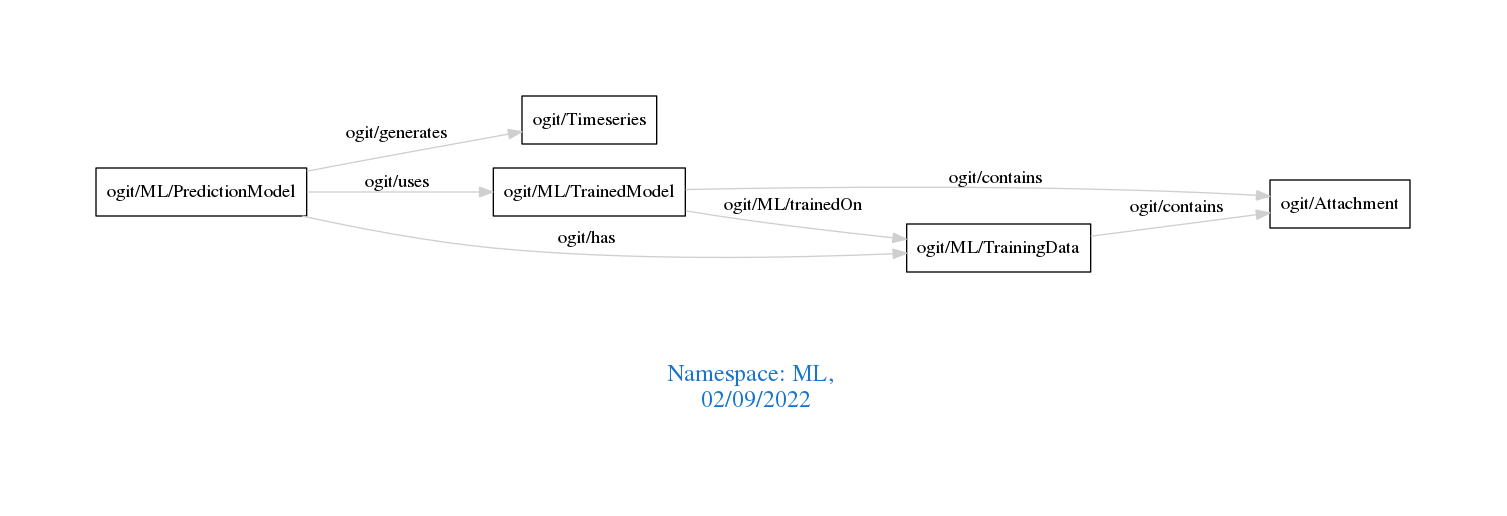
Above: downloads/ML.png in arago/OGIT (Graphviz), before the change. Its source is kept beside it as downloads/ML.dot.
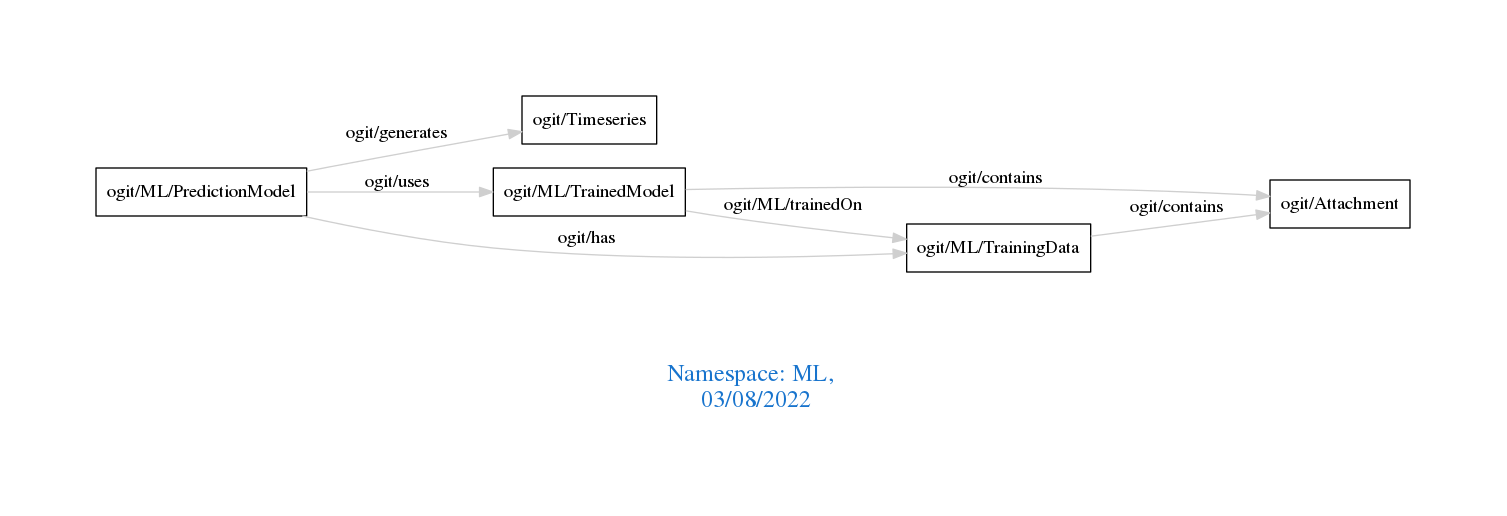
After the change.

What changed in the source:
```diff
@@ -1,7 +1,7 @@
 digraph OGIT_ontology {
  graph [ rankdir= LR,pad=1
 fontsize = 18,
-fontcolor= dodgerblue3,label = "\n\n\nNamespace: ML, \n 02/09/2022"];
+fontcolor= dodgerblue3,label = "\n\n\nNamespace: ML, \n 03/08/2022"];
 node[shape=polygon];
 edge [  color="gray81"];
 
```
